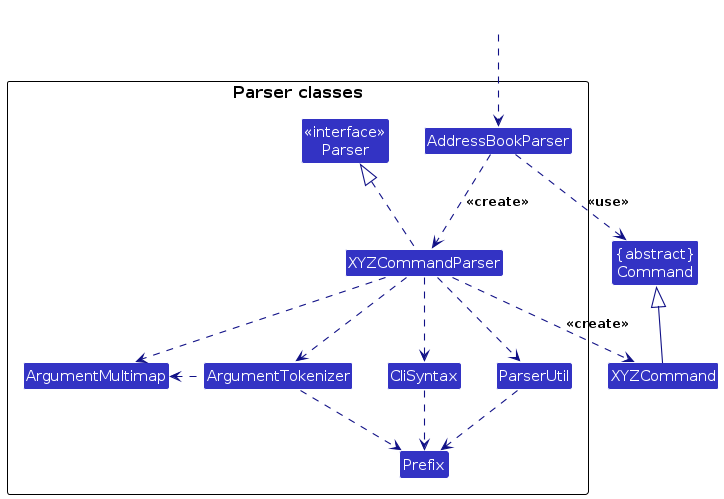
The PlantUML diagram diagrams/ParserClasses.png in AY2627S1-CS2103T-F14a-4/tp, before a commit. Its source is kept beside it as diagrams/ParserClasses.puml.
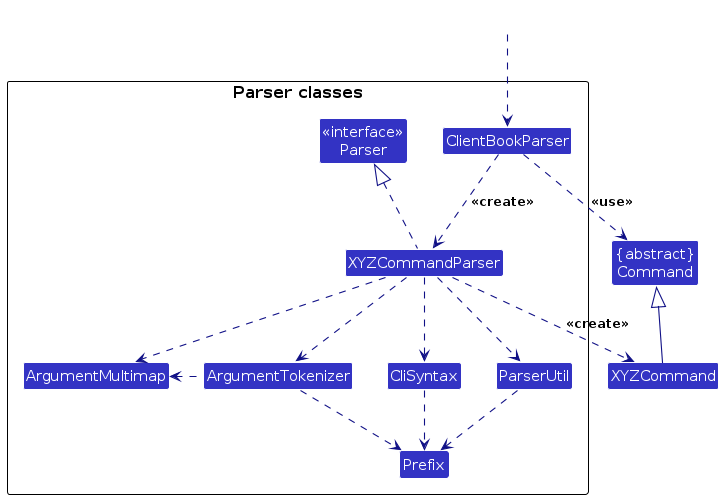
After the change.

Diff of the diagram source:
```diff
@@ -9,7 +9,7 @@
 
 package "Parser classes"{
 Class "<<interface>>\nParser" as Parser
-Class AddressBookParser
+Class ClientBookParser
 Class XYZCommandParser
 Class CliSyntax
 Class ParserUtil
@@ -19,12 +19,12 @@
 }
 
 Class HiddenOutside #FFFFFF
-HiddenOutside ..> AddressBookParser
+HiddenOutside ..> ClientBookParser
 
-AddressBookParser .down.> XYZCommandParser: <<create>>
+ClientBookParser .down.> XYZCommandParser: <<create>>
 
 XYZCommandParser ..> XYZCommand : <<create>>
-AddressBookParser ..> Command : <<use>>
+ClientBookParser ..> Command : <<use>>
 XYZCommandParser .up.|> Parser
 XYZCommandParser ..> ArgumentMultimap
 XYZCommandParser ..> ArgumentTokenizer
```
